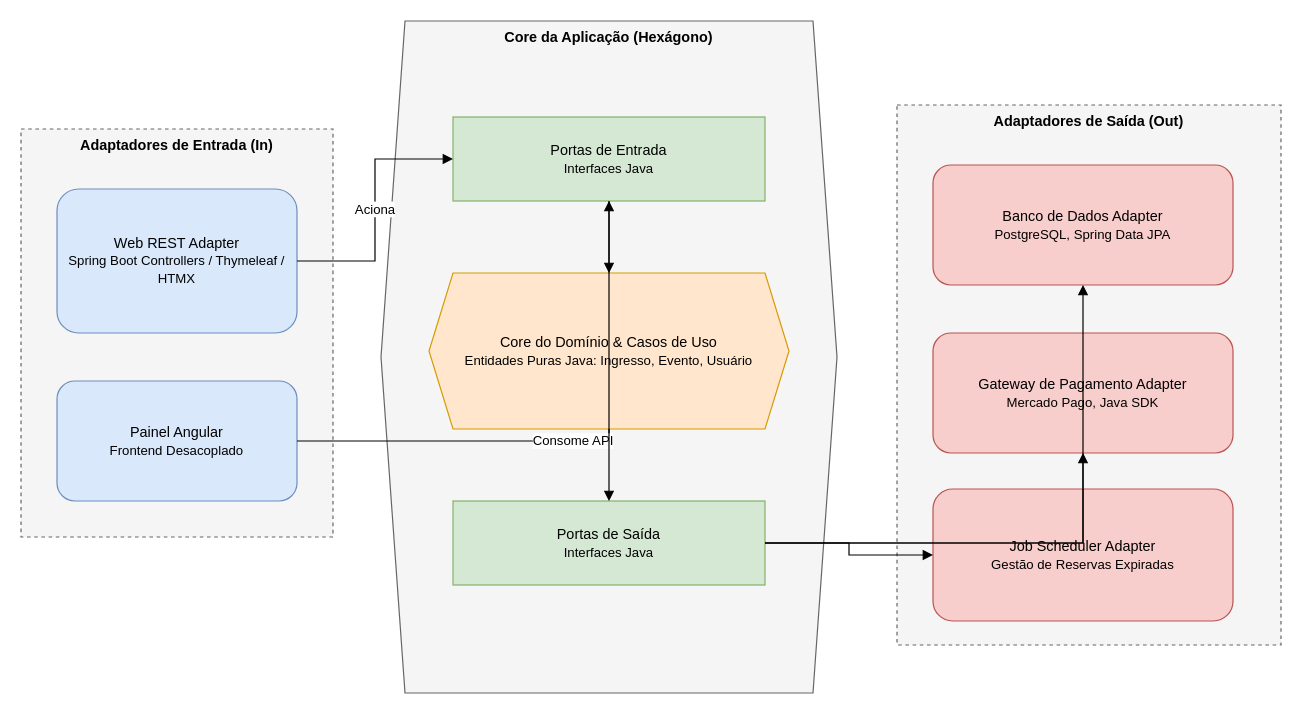
Earlier version of the draw.io diagram page "Arquitetura Hexagonal" (2 of 2) of docs/casoUsoEArquitetura.drawio (isalorc/sistema-venda-ingressos-icb-web). Source tidied: cells renumbered, new cells numbered last; positions are measured from the earlier drawing's top-left corner, leaving out a move shared by most shapes. Both pictures are drawn from the tidied source at 120%, with x=0, y=0 at pixel (20, 20).
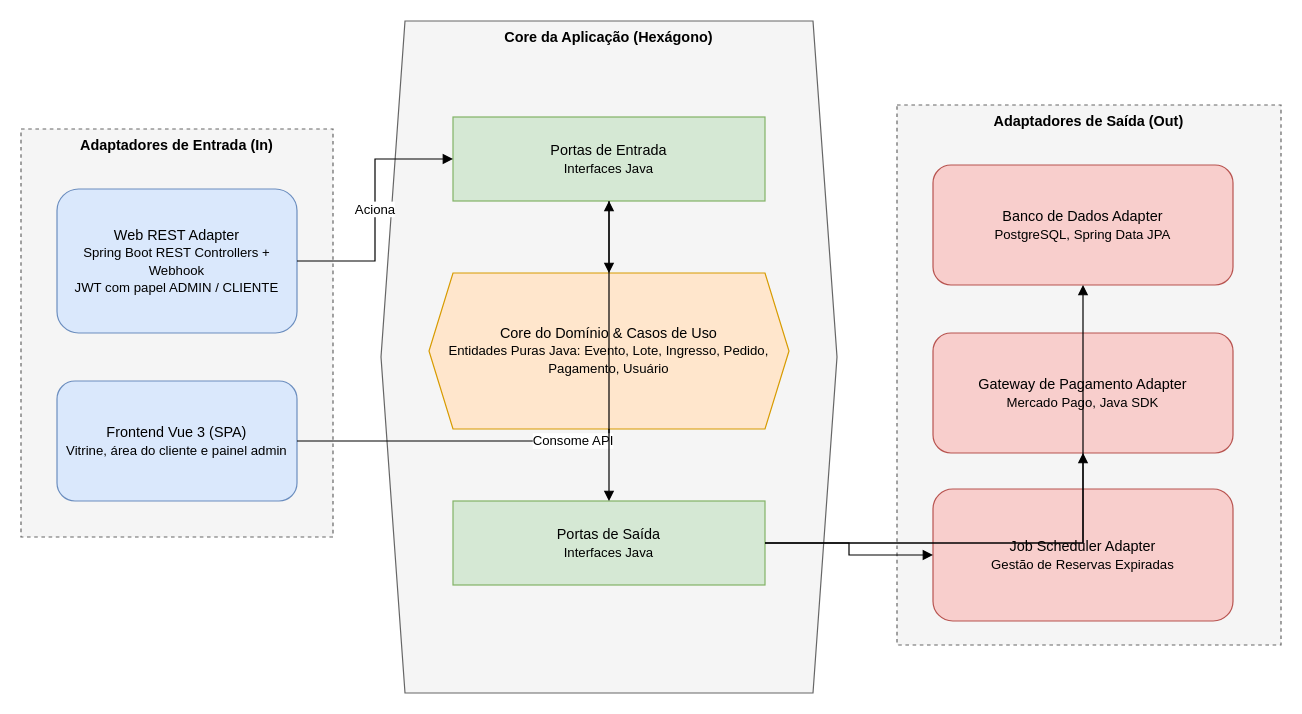
The same diagram, later.

Commit message (it also covers changes not shown here):
docs: atualiza guia do frontend e sincroniza as docs do backend (area do cliente)

Diff of the diagram source:
```diff
@@
 <mxGraphModel>
   <root>
     <mxCell id="0" />
     <mxCell id="1" parent="0" />
     <mxCell id="2" value="Adaptadores de Entrada (In)" style="rounded=0;whiteSpace=wrap;html=1;verticalAlign=top;fontStyle=1;dashed=1;fillColor=#f5f5f5;strokeColor=#666666;" parent="1" vertex="1">
       <mxGeometry y="90" width="260" height="340" as="geometry" />
     </mxCell>
     <mxCell id="3" value="Core da Aplicação (Hexágono)" style="shape=hexagon;perimeter=hexagonPerimeter2;whiteSpace=wrap;html=1;verticalAlign=top;fontStyle=1;fillColor=#f5f5f5;strokeColor=#666666;fixedSize=1;" parent="1" vertex="1">
       <mxGeometry x="300" width="380" height="560" as="geometry" />
     </mxCell>
     <mxCell id="4" value="Adaptadores de Saída (Out)" style="rounded=0;whiteSpace=wrap;html=1;verticalAlign=top;fontStyle=1;dashed=1;fillColor=#f5f5f5;strokeColor=#666666;" parent="1" vertex="1">
       <mxGeometry x="730" y="70" width="320" height="450" as="geometry" />
     </mxCell>
-    <mxCell id="5" value="Web REST Adapter&lt;br&gt;&lt;font style=&quot;font-size:11px&quot;&gt;Spring Boot Controllers / Thymeleaf / HTMX&lt;/font&gt;" style="rounded=1;whiteSpace=wrap;html=1;fillColor=#dae8fc;strokeColor=#6c8ebf;" parent="1" vertex="1">
+    <mxCell id="5" value="Web REST Adapter&lt;br&gt;&lt;font style=&quot;font-size:11px&quot;&gt;Spring Boot REST Controllers + Webhook&lt;br&gt;JWT com papel ADMIN / CLIENTE&lt;/font&gt;" style="rounded=1;whiteSpace=wrap;html=1;fillColor=#dae8fc;strokeColor=#6c8ebf;" parent="1" vertex="1">
       <mxGeometry x="30" y="140" width="200" height="120" as="geometry" />
     </mxCell>
-    <mxCell id="6" value="Painel Angular&lt;br&gt;&lt;font style=&quot;font-size:11px&quot;&gt;Frontend Desacoplado&lt;/font&gt;" style="rounded=1;whiteSpace=wrap;html=1;fillColor=#dae8fc;strokeColor=#6c8ebf;" parent="1" vertex="1">
+    <mxCell id="6" value="Frontend Vue 3 (SPA)&lt;br&gt;&lt;font style=&quot;font-size:11px&quot;&gt;Vitrine, área do cliente e painel admin&lt;/font&gt;" style="rounded=1;whiteSpace=wrap;html=1;fillColor=#dae8fc;strokeColor=#6c8ebf;" parent="1" vertex="1">
       <mxGeometry x="30" y="300" width="200" height="100" as="geometry" />
     </mxCell>
     <mxCell id="7" value="Portas de Entrada&lt;br&gt;&lt;font style=&quot;font-size:11px&quot;&gt;Interfaces Java&lt;/font&gt;" style="rounded=0;whiteSpace=wrap;html=1;fillColor=#d5e8d4;strokeColor=#82b366;" parent="1" vertex="1">
       <mxGeometry x="360" y="80" width="260" height="70" as="geometry" />
     </mxCell>
-    <mxCell id="8" value="Core do Domínio &amp; Casos de Uso&lt;br&gt;&lt;font style=&quot;font-size:11px&quot;&gt;Entidades Puras Java: Ingresso, Evento, Usuário&lt;/font&gt;" style="shape=hexagon;perimeter=hexagonPerimeter2;whiteSpace=wrap;html=1;fillColor=#ffe6cc;strokeColor=#d79b00;fixedSize=1;" parent="1" vertex="1">
+    <mxCell id="8" value="Core do Domínio &amp; Casos de Uso&lt;br&gt;&lt;font style=&quot;font-size:11px&quot;&gt;Entidades Puras Java: Evento, Lote, Ingresso, Pedido, Pagamento, Usuário&lt;/font&gt;" style="shape=hexagon;perimeter=hexagonPerimeter2;whiteSpace=wrap;html=1;fillColor=#ffe6cc;strokeColor=#d79b00;fixedSize=1;" parent="1" vertex="1">
       <mxGeometry x="340" y="210" width="300" height="130" as="geometry" />
     </mxCell>
     <mxCell id="9" value="Portas de Saída&lt;br&gt;&lt;font style=&quot;font-size:11px&quot;&gt;Interfaces Java&lt;/font&gt;" style="rounded=0;whiteSpace=wrap;html=1;fillColor=#d5e8d4;strokeColor=#82b366;" parent="1" vertex="1">
       <mxGeometry x="360" y="400" width="260" height="70" as="geometry" />
     </mxCell>
     <mxCell id="10" value="Banco de Dados Adapter&lt;br&gt;&lt;font style=&quot;font-size:11px&quot;&gt;PostgreSQL, Spring Data JPA&lt;/font&gt;" style="rounded=1;whiteSpace=wrap;html=1;fillColor=#f8cecc;strokeColor=#b85450;" parent="1" vertex="1">
       <mxGeometry x="760" y="120" width="250" height="100" as="geometry" />
     </mxCell>
     <mxCell id="11" value="Gateway de Pagamento Adapter&lt;br&gt;&lt;font style=&quot;font-size:11px&quot;&gt;Mercado Pago, Java SDK&lt;/font&gt;" style="rounded=1;whiteSpace=wrap;html=1;fillColor=#f8cecc;strokeColor=#b85450;" parent="1" vertex="1">
       <mxGeometry x="760" y="260" width="250" height="100" as="geometry" />
     </mxCell>
     <mxCell id="12" value="Job Scheduler Adapter&lt;br&gt;&lt;font style=&quot;font-size:11px&quot;&gt;Gestão de Reservas Expiradas&lt;/font&gt;" style="rounded=1;whiteSpace=wrap;html=1;fillColor=#f8cecc;strokeColor=#b85450;" parent="1" vertex="1">
       <mxGeometry x="760" y="390" width="250" height="110" as="geometry" />
     </mxCell>
     <mxCell id="13" value="Aciona" style="endArrow=block;html=1;edgeStyle=orthogonalEdgeStyle;rounded=0;" parent="1" edge="1" source="5" target="7">
       <mxGeometry relative="1" as="geometry" />
     </mxCell>
     <mxCell id="14" value="Consome API" style="endArrow=block;html=1;edgeStyle=orthogonalEdgeStyle;rounded=0;" parent="1" edge="1" source="6" target="7">
       <mxGeometry relative="1" as="geometry" />
     </mxCell>
     <mxCell id="15" style="endArrow=block;html=1;edgeStyle=orthogonalEdgeStyle;rounded=0;" parent="1" edge="1" source="7" target="8">
       <mxGeometry relative="1" as="geometry" />
     </mxCell>
     <mxCell id="16" style="endArrow=block;html=1;edgeStyle=orthogonalEdgeStyle;rounded=0;" parent="1" edge="1" source="8" target="9">
       <mxGeometry relative="1" as="geometry" />
     </mxCell>
     <mxCell id="17" style="endArrow=block;html=1;edgeStyle=orthogonalEdgeStyle;rounded=0;" parent="1" edge="1" source="9" target="10">
       <mxGeometry relative="1" as="geometry" />
     </mxCell>
     <mxCell id="18" style="endArrow=block;html=1;edgeStyle=orthogonalEdgeStyle;rounded=0;" parent="1" edge="1" source="9" target="11">
       <mxGeometry relative="1" as="geometry" />
     </mxCell>
     <mxCell id="19" style="endArrow=block;html=1;edgeStyle=orthogonalEdgeStyle;rounded=0;" parent="1" edge="1" source="9" target="12">
       <mxGeometry relative="1" as="geometry" />
     </mxCell>
   </root>
 </mxGraphModel>
```
